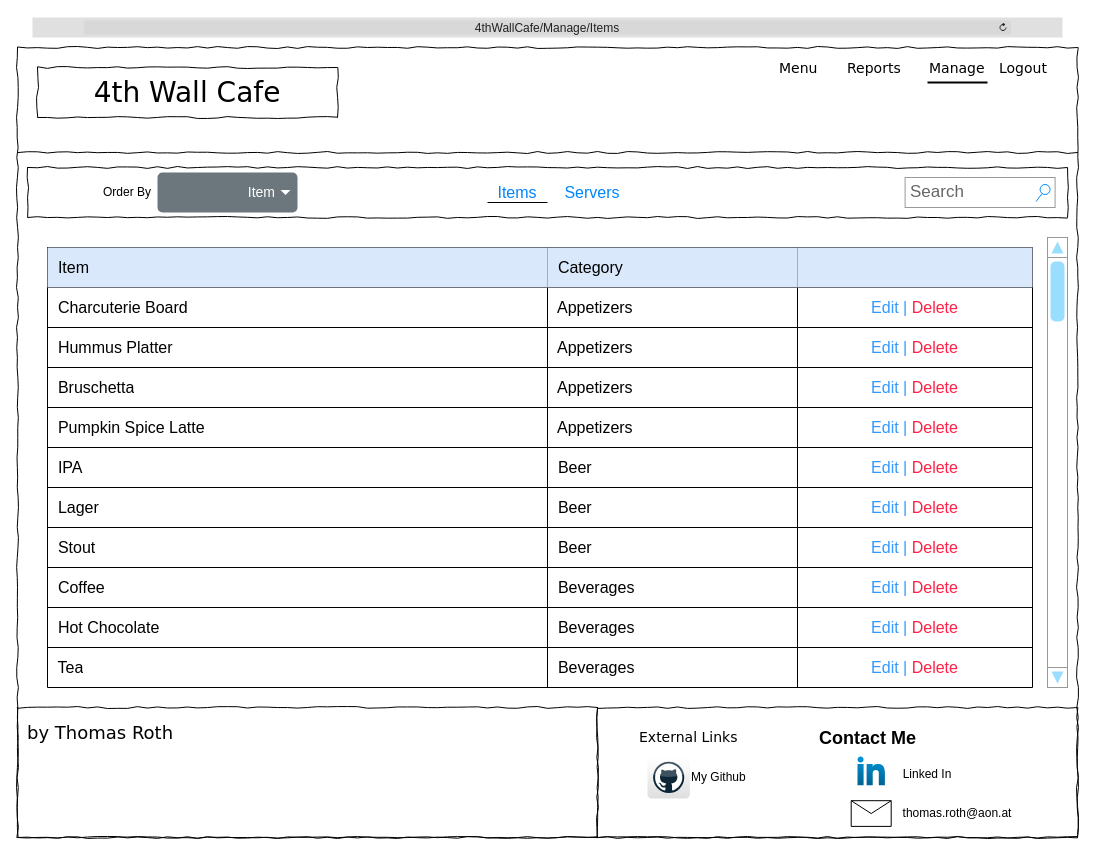
Earlier version of the draw.io diagram WF_Manage_Items.drawio (TRed91/4thWallCafe). Source tidied: cells renumbered, new cells numbered last; positions are measured from the earlier drawing's top-left corner, leaving out a move shared by most shapes. Both pictures are drawn from the tidied source at 100%, with x=0, y=0 at pixel (17, 17).
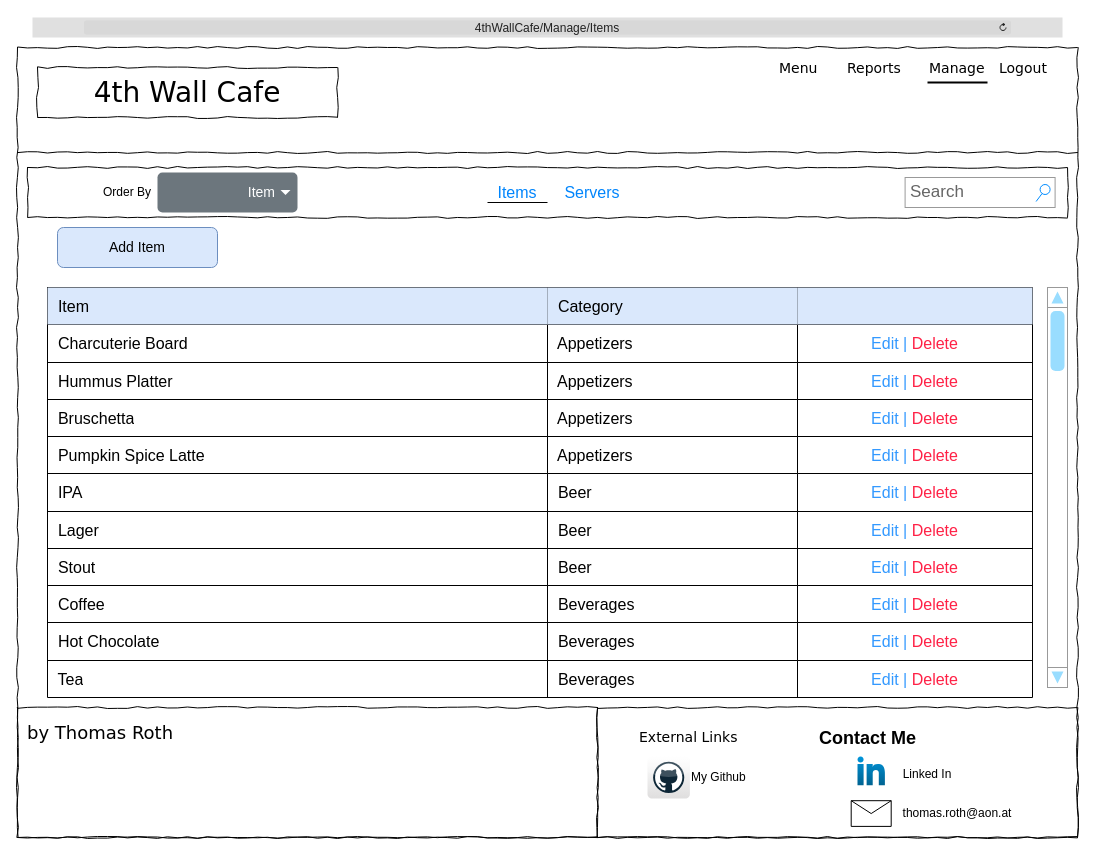
After the change.

The edit, as a diff of the source:
```diff
@@
     <mxCell id="21" style="verticalLabelPosition=bottom;shadow=0;dashed=0;align=center;html=1;verticalAlign=top;strokeWidth=1;shape=mxgraph.mockup.navigation.scrollBar;strokeColor=#999999;barPos=98.857;fillColor2=#99ddff;strokeColor2=none;direction=north;" parent="1" vertex="1">
-      <mxGeometry x="1030" y="220" width="20" height="450" as="geometry" />
+      <mxGeometry x="1030" y="270" width="20" height="400" as="geometry" />
     </mxCell>
@@
     <mxCell id="27" style="shape=table;startSize=0;childLayout=tableLayout;fontSize=16;" parent="1" vertex="1">
-      <mxGeometry x="30" y="230" width="985" height="440" as="geometry" />
+      <mxGeometry x="30" y="270" width="985" height="410" as="geometry" />
     </mxCell>
     <mxCell id="28" style="shape=tableRow;horizontal=0;startSize=0;swimlaneHead=0;swimlaneBody=0;strokeColor=inherit;top=0;left=0;bottom=0;right=0;fillColor=none;fontSize=16;" parent="27" vertex="1">
-      <mxGeometry width="985" height="40" as="geometry" />
+      <mxGeometry width="985" height="37" as="geometry" />
     </mxCell>
     <mxCell id="29" value="&amp;nbsp; Item" style="shape=partialRectangle;html=1;whiteSpace=wrap;strokeColor=#6c8ebf;overflow=hidden;fillColor=#dae8fc;top=0;left=0;bottom=0;right=0;fontSize=16;align=left;" parent="28" vertex="1">
-      <mxGeometry width="500" height="40" as="geometry" />
+      <mxGeometry width="500" height="37" as="geometry" />
     </mxCell>
     <mxCell id="30" value="&amp;nbsp; Category" style="shape=partialRectangle;html=1;whiteSpace=wrap;strokeColor=#6c8ebf;overflow=hidden;fillColor=#dae8fc;top=0;left=0;bottom=0;right=0;fontSize=16;align=left;" parent="28" vertex="1">
-      <mxGeometry x="500" width="250" height="40" as="geometry" />
+      <mxGeometry x="500" width="250" height="37" as="geometry" />
     </mxCell>
     <mxCell id="31" style="shape=partialRectangle;html=1;whiteSpace=wrap;strokeColor=#6c8ebf;overflow=hidden;fillColor=#dae8fc;top=0;left=0;bottom=0;right=0;fontSize=16;" parent="28" vertex="1">
-      <mxGeometry x="750" width="235" height="40" as="geometry" />
+      <mxGeometry x="750" width="235" height="37" as="geometry" />
     </mxCell>
     <mxCell id="32" style="shape=tableRow;horizontal=0;startSize=0;swimlaneHead=0;swimlaneBody=0;strokeColor=inherit;top=0;left=0;bottom=0;right=0;fillColor=none;fontSize=16;" parent="27" vertex="1">
-      <mxGeometry y="40" width="985" height="40" as="geometry" />
+      <mxGeometry y="37" width="985" height="38" as="geometry" />
     </mxCell>
     <mxCell id="33" value="&amp;nbsp; Charcuterie Board" style="shape=partialRectangle;html=1;whiteSpace=wrap;strokeColor=inherit;overflow=hidden;fillColor=none;top=0;left=0;bottom=0;right=0;fontSize=16;align=left;" parent="32" vertex="1">
-      <mxGeometry width="500" height="40" as="geometry" />
+      <mxGeometry width="500" height="38" as="geometry" />
     </mxCell>
     <mxCell id="34" value="&amp;nbsp; Appetizers" style="shape=partialRectangle;html=1;whiteSpace=wrap;strokeColor=inherit;overflow=hidden;fillColor=none;top=0;left=0;bottom=0;right=0;fontSize=16;align=left;" parent="32" vertex="1">
-      <mxGeometry x="500" width="250" height="40" as="geometry" />
+      <mxGeometry x="500" width="250" height="38" as="geometry" />
     </mxCell>
     <mxCell id="35" value="&lt;font color=&quot;#3399ff&quot;&gt;Edit | &lt;/font&gt;&lt;font color=&quot;#ff2146&quot;&gt;Delete&lt;/font&gt;" style="shape=partialRectangle;html=1;whiteSpace=wrap;strokeColor=inherit;overflow=hidden;fillColor=none;top=0;left=0;bottom=0;right=0;fontSize=16;" parent="32" vertex="1">
-      <mxGeometry x="750" width="235" height="40" as="geometry" />
+      <mxGeometry x="750" width="235" height="38" as="geometry" />
     </mxCell>
     <mxCell id="36" style="shape=tableRow;horizontal=0;startSize=0;swimlaneHead=0;swimlaneBody=0;strokeColor=inherit;top=0;left=0;bottom=0;right=0;fillColor=none;fontSize=16;" parent="27" vertex="1">
-      <mxGeometry y="80" width="985" height="40" as="geometry" />
+      <mxGeometry y="75" width="985" height="37" as="geometry" />
     </mxCell>
     <mxCell id="37" value="&amp;nbsp; Hummus Platter" style="shape=partialRectangle;html=1;whiteSpace=wrap;strokeColor=inherit;overflow=hidden;fillColor=none;top=0;left=0;bottom=0;right=0;fontSize=16;align=left;" parent="36" vertex="1">
-      <mxGeometry width="500" height="40" as="geometry" />
+      <mxGeometry width="500" height="37" as="geometry" />
     </mxCell>
     <mxCell id="38" value="&amp;nbsp; Appetizers" style="shape=partialRectangle;html=1;whiteSpace=wrap;strokeColor=inherit;overflow=hidden;fillColor=none;top=0;left=0;bottom=0;right=0;fontSize=16;align=left;" parent="36" vertex="1">
-      <mxGeometry x="500" width="250" height="40" as="geometry" />
+      <mxGeometry x="500" width="250" height="37" as="geometry" />
     </mxCell>
     <mxCell id="39" value="&lt;span style=&quot;color: rgb(51, 153, 255);&quot;&gt;Edit | &lt;/span&gt;&lt;font color=&quot;#ff2146&quot;&gt;Delete&lt;/font&gt;" style="shape=partialRectangle;html=1;whiteSpace=wrap;strokeColor=inherit;overflow=hidden;fillColor=none;top=0;left=0;bottom=0;right=0;fontSize=16;" parent="36" vertex="1">
-      <mxGeometry x="750" width="235" height="40" as="geometry" />
+      <mxGeometry x="750" width="235" height="37" as="geometry" />
     </mxCell>
     <mxCell id="40" style="shape=tableRow;horizontal=0;startSize=0;swimlaneHead=0;swimlaneBody=0;strokeColor=inherit;top=0;left=0;bottom=0;right=0;fillColor=none;fontSize=16;" parent="27" vertex="1">
-      <mxGeometry y="120" width="985" height="40" as="geometry" />
+      <mxGeometry y="112" width="985" height="37" as="geometry" />
     </mxCell>
     <mxCell id="41" value="&amp;nbsp; Bruschetta" style="shape=partialRectangle;html=1;whiteSpace=wrap;strokeColor=inherit;overflow=hidden;fillColor=none;top=0;left=0;bottom=0;right=0;fontSize=16;align=left;" parent="40" vertex="1">
-      <mxGeometry width="500" height="40" as="geometry" />
+      <mxGeometry width="500" height="37" as="geometry" />
     </mxCell>
     <mxCell id="42" value="&amp;nbsp; Appetizers" style="shape=partialRectangle;html=1;whiteSpace=wrap;strokeColor=inherit;overflow=hidden;fillColor=none;top=0;left=0;bottom=0;right=0;fontSize=16;align=left;" parent="40" vertex="1">
-      <mxGeometry x="500" width="250" height="40" as="geometry" />
+      <mxGeometry x="500" width="250" height="37" as="geometry" />
     </mxCell>
     <mxCell id="43" value="&lt;span style=&quot;color: rgb(51, 153, 255);&quot;&gt;Edit |&amp;nbsp;&lt;/span&gt;&lt;font color=&quot;#ff2146&quot;&gt;Delete&lt;/font&gt;" style="shape=partialRectangle;html=1;whiteSpace=wrap;strokeColor=inherit;overflow=hidden;fillColor=none;top=0;left=0;bottom=0;right=0;fontSize=16;" parent="40" vertex="1">
-      <mxGeometry x="750" width="235" height="40" as="geometry" />
+      <mxGeometry x="750" width="235" height="37" as="geometry" />
     </mxCell>
     <mxCell id="44" style="shape=tableRow;horizontal=0;startSize=0;swimlaneHead=0;swimlaneBody=0;strokeColor=inherit;top=0;left=0;bottom=0;right=0;fillColor=none;fontSize=16;" parent="27" vertex="1">
-      <mxGeometry y="160" width="985" height="40" as="geometry" />
+      <mxGeometry y="149" width="985" height="37" as="geometry" />
     </mxCell>
     <mxCell id="45" value="&amp;nbsp; Pumpkin Spice Latte" style="shape=partialRectangle;html=1;whiteSpace=wrap;strokeColor=inherit;overflow=hidden;fillColor=none;top=0;left=0;bottom=0;right=0;fontSize=16;align=left;" parent="44" vertex="1">
-      <mxGeometry width="500" height="40" as="geometry" />
+      <mxGeometry width="500" height="37" as="geometry" />
     </mxCell>
     <mxCell id="46" value="&amp;nbsp; Appetizers" style="shape=partialRectangle;html=1;whiteSpace=wrap;strokeColor=inherit;overflow=hidden;fillColor=none;top=0;left=0;bottom=0;right=0;fontSize=16;align=left;" parent="44" vertex="1">
-      <mxGeometry x="500" width="250" height="40" as="geometry" />
+      <mxGeometry x="500" width="250" height="37" as="geometry" />
     </mxCell>
     <mxCell id="47" value="&lt;span style=&quot;color: rgb(51, 153, 255);&quot;&gt;Edit |&amp;nbsp;&lt;/span&gt;&lt;font color=&quot;#ff2146&quot;&gt;Delete&lt;/font&gt;" style="shape=partialRectangle;html=1;whiteSpace=wrap;strokeColor=inherit;overflow=hidden;fillColor=none;top=0;left=0;bottom=0;right=0;fontSize=16;" parent="44" vertex="1">
-      <mxGeometry x="750" width="235" height="40" as="geometry" />
+      <mxGeometry x="750" width="235" height="37" as="geometry" />
     </mxCell>
     <mxCell id="48" style="shape=tableRow;horizontal=0;startSize=0;swimlaneHead=0;swimlaneBody=0;strokeColor=inherit;top=0;left=0;bottom=0;right=0;fillColor=none;fontSize=16;" parent="27" vertex="1">
-      <mxGeometry y="200" width="985" height="40" as="geometry" />
+      <mxGeometry y="186" width="985" height="38" as="geometry" />
     </mxCell>
     <mxCell id="49" value="&amp;nbsp; IPA" style="shape=partialRectangle;html=1;whiteSpace=wrap;strokeColor=inherit;overflow=hidden;fillColor=none;top=0;left=0;bottom=0;right=0;fontSize=16;align=left;" parent="48" vertex="1">
-      <mxGeometry width="500" height="40" as="geometry" />
+      <mxGeometry width="500" height="38" as="geometry" />
     </mxCell>
     <mxCell id="50" value="&amp;nbsp; Beer" style="shape=partialRectangle;html=1;whiteSpace=wrap;strokeColor=inherit;overflow=hidden;fillColor=none;top=0;left=0;bottom=0;right=0;fontSize=16;align=left;" parent="48" vertex="1">
-      <mxGeometry x="500" width="250" height="40" as="geometry" />
+      <mxGeometry x="500" width="250" height="38" as="geometry" />
     </mxCell>
     <mxCell id="51" value="&lt;span style=&quot;color: rgb(51, 153, 255);&quot;&gt;Edit |&amp;nbsp;&lt;/span&gt;&lt;font color=&quot;#ff2146&quot;&gt;Delete&lt;/font&gt;" style="shape=partialRectangle;html=1;whiteSpace=wrap;strokeColor=inherit;overflow=hidden;fillColor=none;top=0;left=0;bottom=0;right=0;fontSize=16;" parent="48" vertex="1">
-      <mxGeometry x="750" width="235" height="40" as="geometry" />
+      <mxGeometry x="750" width="235" height="38" as="geometry" />
     </mxCell>
     <mxCell id="52" style="shape=tableRow;horizontal=0;startSize=0;swimlaneHead=0;swimlaneBody=0;strokeColor=inherit;top=0;left=0;bottom=0;right=0;fillColor=none;fontSize=16;" parent="27" vertex="1">
-      <mxGeometry y="240" width="985" height="40" as="geometry" />
+      <mxGeometry y="224" width="985" height="37" as="geometry" />
     </mxCell>
     <mxCell id="53" value="&amp;nbsp; Lager" style="shape=partialRectangle;html=1;whiteSpace=wrap;strokeColor=inherit;overflow=hidden;fillColor=none;top=0;left=0;bottom=0;right=0;fontSize=16;align=left;" parent="52" vertex="1">
-      <mxGeometry width="500" height="40" as="geometry" />
+      <mxGeometry width="500" height="37" as="geometry" />
     </mxCell>
     <mxCell id="54" value="&amp;nbsp; Beer" style="shape=partialRectangle;html=1;whiteSpace=wrap;strokeColor=inherit;overflow=hidden;fillColor=none;top=0;left=0;bottom=0;right=0;fontSize=16;align=left;" parent="52" vertex="1">
-      <mxGeometry x="500" width="250" height="40" as="geometry" />
+      <mxGeometry x="500" width="250" height="37" as="geometry" />
     </mxCell>
     <mxCell id="55" value="&lt;span style=&quot;color: rgb(51, 153, 255);&quot;&gt;Edit |&amp;nbsp;&lt;/span&gt;&lt;font color=&quot;#ff2146&quot;&gt;Delete&lt;/font&gt;" style="shape=partialRectangle;html=1;whiteSpace=wrap;strokeColor=inherit;overflow=hidden;fillColor=none;top=0;left=0;bottom=0;right=0;fontSize=16;" parent="52" vertex="1">
-      <mxGeometry x="750" width="235" height="40" as="geometry" />
+      <mxGeometry x="750" width="235" height="37" as="geometry" />
     </mxCell>
     <mxCell id="56" style="shape=tableRow;horizontal=0;startSize=0;swimlaneHead=0;swimlaneBody=0;strokeColor=inherit;top=0;left=0;bottom=0;right=0;fillColor=none;fontSize=16;" parent="27" vertex="1">
-      <mxGeometry y="280" width="985" height="40" as="geometry" />
+      <mxGeometry y="261" width="985" height="37" as="geometry" />
     </mxCell>
     <mxCell id="57" value="&amp;nbsp; Stout" style="shape=partialRectangle;html=1;whiteSpace=wrap;strokeColor=inherit;overflow=hidden;fillColor=none;top=0;left=0;bottom=0;right=0;fontSize=16;align=left;" parent="56" vertex="1">
-      <mxGeometry width="500" height="40" as="geometry" />
+      <mxGeometry width="500" height="37" as="geometry" />
     </mxCell>
     <mxCell id="58" value="&amp;nbsp; Beer" style="shape=partialRectangle;html=1;whiteSpace=wrap;strokeColor=inherit;overflow=hidden;fillColor=none;top=0;left=0;bottom=0;right=0;fontSize=16;align=left;" parent="56" vertex="1">
-      <mxGeometry x="500" width="250" height="40" as="geometry" />
+      <mxGeometry x="500" width="250" height="37" as="geometry" />
     </mxCell>
     <mxCell id="59" value="&lt;span style=&quot;color: rgb(51, 153, 255);&quot;&gt;Edit |&amp;nbsp;&lt;/span&gt;&lt;font color=&quot;#ff2146&quot;&gt;Delete&lt;/font&gt;" style="shape=partialRectangle;html=1;whiteSpace=wrap;strokeColor=inherit;overflow=hidden;fillColor=none;top=0;left=0;bottom=0;right=0;fontSize=16;" parent="56" vertex="1">
-      <mxGeometry x="750" width="235" height="40" as="geometry" />
+      <mxGeometry x="750" width="235" height="37" as="geometry" />
     </mxCell>
     <mxCell id="60" style="shape=tableRow;horizontal=0;startSize=0;swimlaneHead=0;swimlaneBody=0;strokeColor=inherit;top=0;left=0;bottom=0;right=0;fillColor=none;fontSize=16;" parent="27" vertex="1">
-      <mxGeometry y="320" width="985" height="40" as="geometry" />
+      <mxGeometry y="298" width="985" height="37" as="geometry" />
     </mxCell>
     <mxCell id="61" value="&amp;nbsp; Coffee" style="shape=partialRectangle;html=1;whiteSpace=wrap;strokeColor=inherit;overflow=hidden;fillColor=none;top=0;left=0;bottom=0;right=0;fontSize=16;align=left;" parent="60" vertex="1">
-      <mxGeometry width="500" height="40" as="geometry" />
+      <mxGeometry width="500" height="37" as="geometry" />
     </mxCell>
     <mxCell id="62" value="&amp;nbsp; Beverages" style="shape=partialRectangle;html=1;whiteSpace=wrap;strokeColor=inherit;overflow=hidden;fillColor=none;top=0;left=0;bottom=0;right=0;fontSize=16;align=left;" parent="60" vertex="1">
-      <mxGeometry x="500" width="250" height="40" as="geometry" />
+      <mxGeometry x="500" width="250" height="37" as="geometry" />
     </mxCell>
     <mxCell id="63" value="&lt;span style=&quot;color: rgb(51, 153, 255);&quot;&gt;Edit |&amp;nbsp;&lt;/span&gt;&lt;font color=&quot;#ff2146&quot;&gt;Delete&lt;/font&gt;" style="shape=partialRectangle;html=1;whiteSpace=wrap;strokeColor=inherit;overflow=hidden;fillColor=none;top=0;left=0;bottom=0;right=0;fontSize=16;" parent="60" vertex="1">
-      <mxGeometry x="750" width="235" height="40" as="geometry" />
+      <mxGeometry x="750" width="235" height="37" as="geometry" />
     </mxCell>
     <mxCell id="64" style="shape=tableRow;horizontal=0;startSize=0;swimlaneHead=0;swimlaneBody=0;strokeColor=inherit;top=0;left=0;bottom=0;right=0;fillColor=none;fontSize=16;" parent="27" vertex="1">
-      <mxGeometry y="360" width="985" height="40" as="geometry" />
+      <mxGeometry y="335" width="985" height="38" as="geometry" />
     </mxCell>
     <mxCell id="65" value="&amp;nbsp; Hot Chocolate" style="shape=partialRectangle;html=1;whiteSpace=wrap;strokeColor=inherit;overflow=hidden;fillColor=none;top=0;left=0;bottom=0;right=0;fontSize=16;align=left;" parent="64" vertex="1">
-      <mxGeometry width="500" height="40" as="geometry" />
+      <mxGeometry width="500" height="38" as="geometry" />
     </mxCell>
     <mxCell id="66" value="&amp;nbsp; Beverages" style="shape=partialRectangle;html=1;whiteSpace=wrap;strokeColor=inherit;overflow=hidden;fillColor=none;top=0;left=0;bottom=0;right=0;fontSize=16;align=left;" parent="64" vertex="1">
-      <mxGeometry x="500" width="250" height="40" as="geometry" />
+      <mxGeometry x="500" width="250" height="38" as="geometry" />
     </mxCell>
     <mxCell id="67" value="&lt;span style=&quot;color: rgb(51, 153, 255);&quot;&gt;Edit |&amp;nbsp;&lt;/span&gt;&lt;font color=&quot;#ff2146&quot;&gt;Delete&lt;/font&gt;" style="shape=partialRectangle;html=1;whiteSpace=wrap;strokeColor=inherit;overflow=hidden;fillColor=none;top=0;left=0;bottom=0;right=0;fontSize=16;" parent="64" vertex="1">
-      <mxGeometry x="750" width="235" height="40" as="geometry" />
+      <mxGeometry x="750" width="235" height="38" as="geometry" />
     </mxCell>
     <mxCell id="68" style="shape=tableRow;horizontal=0;startSize=0;swimlaneHead=0;swimlaneBody=0;strokeColor=inherit;top=0;left=0;bottom=0;right=0;fillColor=none;fontSize=16;" parent="27" vertex="1">
-      <mxGeometry y="400" width="985" height="40" as="geometry" />
+      <mxGeometry y="373" width="985" height="37" as="geometry" />
     </mxCell>
     <mxCell id="69" value="&amp;nbsp; Tea" style="shape=partialRectangle;html=1;whiteSpace=wrap;strokeColor=inherit;overflow=hidden;fillColor=none;top=0;left=0;bottom=0;right=0;fontSize=16;align=left;" parent="68" vertex="1">
-      <mxGeometry width="500" height="40" as="geometry" />
+      <mxGeometry width="500" height="37" as="geometry" />
     </mxCell>
     <mxCell id="70" value="&amp;nbsp; Beverages" style="shape=partialRectangle;html=1;whiteSpace=wrap;strokeColor=inherit;overflow=hidden;fillColor=none;top=0;left=0;bottom=0;right=0;fontSize=16;align=left;" parent="68" vertex="1">
-      <mxGeometry x="500" width="250" height="40" as="geometry" />
+      <mxGeometry x="500" width="250" height="37" as="geometry" />
     </mxCell>
     <mxCell id="71" value="&lt;span style=&quot;color: rgb(51, 153, 255);&quot;&gt;Edit |&amp;nbsp;&lt;/span&gt;&lt;font color=&quot;#ff2146&quot;&gt;Delete&lt;/font&gt;" style="shape=partialRectangle;html=1;whiteSpace=wrap;strokeColor=inherit;overflow=hidden;fillColor=none;top=0;left=0;bottom=0;right=0;fontSize=16;" parent="68" vertex="1">
-      <mxGeometry x="750" width="235" height="40" as="geometry" />
+      <mxGeometry x="750" width="235" height="37" as="geometry" />
     </mxCell>
@@
+    <mxCell id="75" value="&lt;font style=&quot;font-size: 14px;&quot;&gt;Add Item&lt;/font&gt;" style="rounded=1;html=1;shadow=0;dashed=0;whiteSpace=wrap;fontSize=10;fillColor=#dae8fc;align=center;strokeColor=#6c8ebf;" parent="1" vertex="1">
+      <mxGeometry x="40" y="210" width="160" height="40" as="geometry" />
+    </mxCell>
```
